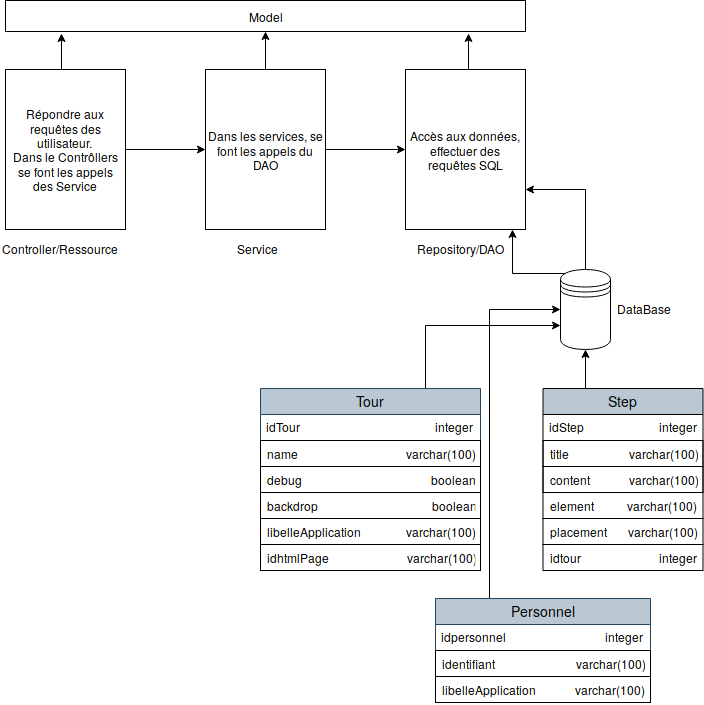
Earlier version of the draw.io export diagrammes/Architecture_Apptour.png (Mouhyi-Eddine/RapportAlternance). Source tidied: cells renumbered, new cells last; positions are measured from the earlier drawing's top-left corner, leaving out a move shared by most shapes. The source it was exported from:
```xml
<mxGraphModel>
  <root>
    <mxCell id="0" />
    <mxCell id="1" parent="0" />
    <mxCell id="2" style="edgeStyle=orthogonalEdgeStyle;rounded=0;jettySize=auto;html=1;exitX=0.15;exitY=0.05;exitDx=0;exitDy=0;exitPerimeter=0;" parent="1" edge="1" source="4" target="6">
      <mxGeometry relative="1" as="geometry">
        <Array as="points">
          <mxPoint x="512" y="273" />
        </Array>
      </mxGeometry>
    </mxCell>
    <mxCell id="3" style="edgeStyle=orthogonalEdgeStyle;rounded=0;jettySize=auto;html=1;exitX=0.5;exitY=0;exitDx=0;exitDy=0;entryX=1;entryY=0.75;entryDx=0;entryDy=0;" parent="1" edge="1" source="4" target="6">
      <mxGeometry relative="1" as="geometry" />
    </mxCell>
    <mxCell id="4" style="shape=datastore;whiteSpace=wrap;html=1;" parent="1" vertex="1">
      <mxGeometry x="560" y="269" width="50" height="80" as="geometry" />
    </mxCell>
    <mxCell id="5" style="edgeStyle=orthogonalEdgeStyle;rounded=0;jettySize=auto;html=1;exitX=0.5;exitY=0;exitDx=0;exitDy=0;entryX=0.89;entryY=1.065;entryDx=0;entryDy=0;entryPerimeter=0;" parent="1" edge="1" source="6" target="38">
      <mxGeometry relative="1" as="geometry" />
    </mxCell>
    <mxCell id="6" value="Accès aux données, effectuer des requêtes SQL" style="rounded=0;whiteSpace=wrap;html=1;" parent="1" vertex="1">
      <mxGeometry x="405" y="69" width="120" height="160" as="geometry" />
    </mxCell>
    <mxCell id="7" style="edgeStyle=orthogonalEdgeStyle;rounded=0;jettySize=auto;html=1;exitX=0.5;exitY=0;exitDx=0;exitDy=0;entryX=0.5;entryY=1;entryDx=0;entryDy=0;" parent="1" edge="1" source="8" target="38">
      <mxGeometry relative="1" as="geometry" />
    </mxCell>
    <mxCell id="8" value="Dans les services, se font les appels du DAO" style="rounded=0;whiteSpace=wrap;html=1;" parent="1" vertex="1">
      <mxGeometry x="205" y="69" width="120" height="160" as="geometry" />
    </mxCell>
    <mxCell id="9" style="edgeStyle=orthogonalEdgeStyle;rounded=0;jettySize=auto;html=1;exitX=0.5;exitY=0;exitDx=0;exitDy=0;entryX=0.108;entryY=1.065;entryDx=0;entryDy=0;entryPerimeter=0;" parent="1" edge="1" source="10" target="38">
      <mxGeometry relative="1" as="geometry" />
    </mxCell>
    <mxCell id="10" value="&lt;div&gt;Répondre aux requêtes des utilisateur. &lt;br&gt;&lt;/div&gt;&lt;div&gt;Dans le Contrôllers se font les appels des Service&lt;/div&gt;" style="rounded=0;whiteSpace=wrap;html=1;" parent="1" vertex="1">
      <mxGeometry x="5" y="69" width="120" height="160" as="geometry" />
    </mxCell>
    <mxCell id="11" style="endArrow=classic;html=1;exitX=1;exitY=0.5;exitDx=0;exitDy=0;entryX=0;entryY=0.5;entryDx=0;entryDy=0;" parent="1" edge="1" source="10" target="8">
      <mxGeometry relative="1" as="geometry" />
    </mxCell>
    <mxCell id="12" style="endArrow=classic;html=1;exitX=1;exitY=0.5;exitDx=0;exitDy=0;entryX=0;entryY=0.5;entryDx=0;entryDy=0;" parent="1" edge="1" source="8" target="6">
      <mxGeometry relative="1" as="geometry" />
    </mxCell>
    <mxCell id="13" value="Service" style="text;html=1;align=left;verticalAlign=top;spacingTop=-4;" parent="1" vertex="1">
      <mxGeometry x="235" y="239" width="60" height="20" as="geometry" />
    </mxCell>
    <mxCell id="14" value="Controller/Ressource" style="text;html=1;align=left;verticalAlign=top;spacingTop=-4;" parent="1" vertex="1">
      <mxGeometry y="239" width="130" height="20" as="geometry" />
    </mxCell>
    <mxCell id="15" value="DataBase" style="text;html=1;align=left;verticalAlign=top;spacingTop=-4;" parent="1" vertex="1">
      <mxGeometry x="615" y="299" width="70" height="20" as="geometry" />
    </mxCell>
    <mxCell id="16" style="edgeStyle=orthogonalEdgeStyle;rounded=0;jettySize=auto;html=1;exitX=0.75;exitY=0;exitDx=0;exitDy=0;entryX=0;entryY=0.7;entryDx=0;entryDy=0;" parent="1" edge="1" source="17" target="4">
      <mxGeometry relative="1" as="geometry" />
    </mxCell>
    <mxCell id="17" value="Tour" style="swimlane;fontStyle=0;horizontal=1;startSize=26;swimlaneFillColor=#ffffff;align=center;fontSize=14;fillColor=#bac8d3;strokeColor=#23445d;" parent="1" vertex="1">
      <mxGeometry x="260" y="388" width="220" height="104" as="geometry" />
    </mxCell>
    <mxCell id="18" value="idTour                                             integer" style="text;spacingLeft=4;spacingRight=4;overflow=hidden;fontSize=12;align=left;" parent="17" vertex="1">
      <mxGeometry y="26" width="220" height="26" as="geometry" />
    </mxCell>
    <mxCell id="19" value="name                                    varchar(100)" style="text;spacingLeft=4;spacingRight=4;overflow=hidden;fontSize=12;strokeColor=#000000;" parent="17" vertex="1">
      <mxGeometry y="52" width="220" height="26" as="geometry" />
    </mxCell>
    <mxCell id="20" value="debug                                           boolean" style="text;spacingLeft=4;spacingRight=4;overflow=hidden;fontSize=12;strokeColor=#000000;" parent="17" vertex="1">
      <mxGeometry y="78" width="220" height="26" as="geometry" />
    </mxCell>
    <mxCell id="21" value="backdrop                                      boolean" style="text;spacingLeft=4;spacingRight=4;overflow=hidden;fontSize=12;fillColor=none;strokeColor=#000000;" parent="1" vertex="1">
      <mxGeometry x="260" y="492" width="220" height="26" as="geometry" />
    </mxCell>
    <mxCell id="22" value="libelleApplication               varchar(100)" style="text;spacingLeft=4;spacingRight=4;overflow=hidden;fontSize=12;strokeColor=#000000;" parent="1" vertex="1">
      <mxGeometry x="260" y="518" width="220" height="26" as="geometry" />
    </mxCell>
    <mxCell id="23" value="idhtmlPage                          varchar(100)" style="text;spacingLeft=4;spacingRight=4;overflow=hidden;fontSize=12;strokeColor=#000000;" parent="1" vertex="1">
      <mxGeometry x="260" y="544" width="220" height="26" as="geometry" />
    </mxCell>
    <mxCell id="24" value="Repository/DAO" style="text;html=1;align=left;verticalAlign=top;spacingTop=-4;" parent="1" vertex="1">
      <mxGeometry x="415" y="239" width="100" height="20" as="geometry" />
    </mxCell>
    <mxCell id="25" style="edgeStyle=orthogonalEdgeStyle;rounded=0;jettySize=auto;html=1;exitX=0.25;exitY=0;exitDx=0;exitDy=0;entryX=0.5;entryY=1;entryDx=0;entryDy=0;" parent="1" edge="1" source="26" target="4">
      <mxGeometry relative="1" as="geometry" />
    </mxCell>
    <mxCell id="26" value="Step" style="swimlane;fontStyle=0;horizontal=1;startSize=26;fillColor=#bac8d3;swimlaneFillColor=#ffffff;align=center;fontSize=14;strokeColor=#000000;" parent="1" vertex="1">
      <mxGeometry x="542.5" y="388" width="160" height="104" as="geometry" />
    </mxCell>
    <mxCell id="27" value="idStep                         integer" style="text;spacingLeft=4;spacingRight=4;overflow=hidden;fontSize=12;" parent="26" vertex="1">
      <mxGeometry y="26" width="160" height="26" as="geometry" />
    </mxCell>
    <mxCell id="28" value="title                    varchar(100)" style="text;spacingLeft=4;spacingRight=4;overflow=hidden;fontSize=12;strokeColor=#000000;" parent="26" vertex="1">
      <mxGeometry y="52" width="160" height="26" as="geometry" />
    </mxCell>
    <mxCell id="29" value="content              varchar(100)" style="text;spacingLeft=4;spacingRight=4;overflow=hidden;fontSize=12;strokeColor=#000000;" parent="26" vertex="1">
      <mxGeometry y="78" width="160" height="26" as="geometry" />
    </mxCell>
    <mxCell id="30" value="element           varchar(100)" style="text;spacingLeft=4;spacingRight=4;overflow=hidden;fontSize=12;fillColor=#ffffff;strokeColor=#000000;" parent="1" vertex="1">
      <mxGeometry x="542.5" y="492" width="160" height="26" as="geometry" />
    </mxCell>
    <mxCell id="31" value="placement        varchar(100)" style="text;spacingLeft=4;spacingRight=4;overflow=hidden;fontSize=12;strokeColor=#000000;" parent="1" vertex="1">
      <mxGeometry x="542.5" y="518" width="160" height="26" as="geometry" />
    </mxCell>
    <mxCell id="32" value="idtour                          integer" style="text;spacingLeft=4;spacingRight=4;overflow=hidden;fontSize=12;strokeColor=#000000;" parent="1" vertex="1">
      <mxGeometry x="542.5" y="544" width="160" height="26" as="geometry" />
    </mxCell>
    <mxCell id="33" style="edgeStyle=orthogonalEdgeStyle;rounded=0;jettySize=auto;html=1;exitX=0.25;exitY=0;exitDx=0;exitDy=0;entryX=0;entryY=0.5;entryDx=0;entryDy=0;" parent="1" edge="1" source="34" target="4">
      <mxGeometry relative="1" as="geometry" />
    </mxCell>
    <mxCell id="34" value="Personnel" style="swimlane;fontStyle=0;horizontal=1;startSize=26;fillColor=#bac8d3;swimlaneFillColor=#ffffff;align=center;fontSize=14;strokeColor=#23445d;" parent="1" vertex="1">
      <mxGeometry x="435" y="598" width="215" height="78" as="geometry" />
    </mxCell>
    <mxCell id="35" value="idpersonnel                                 integer" style="text;spacingLeft=4;spacingRight=4;overflow=hidden;fontSize=12;" parent="34" vertex="1">
      <mxGeometry y="26" width="215" height="26" as="geometry" />
    </mxCell>
    <mxCell id="36" value="identifiant                           varchar(100)" style="text;spacingLeft=4;spacingRight=4;overflow=hidden;fontSize=12;strokeColor=#000000;" parent="34" vertex="1">
      <mxGeometry y="52" width="215" height="26" as="geometry" />
    </mxCell>
    <mxCell id="37" value="libelleApplication             varchar(100)" style="text;spacingLeft=4;spacingRight=4;overflow=hidden;fontSize=12;fillColor=#ffffff;strokeColor=#000000;" parent="1" vertex="1">
      <mxGeometry x="435" y="676" width="215" height="26" as="geometry" />
    </mxCell>
    <mxCell id="38" value="Model" style="rounded=0;whiteSpace=wrap;html=1;" parent="1" vertex="1">
      <mxGeometry x="5" width="520" height="31" as="geometry" />
    </mxCell>
  </root>
</mxGraphModel>
```
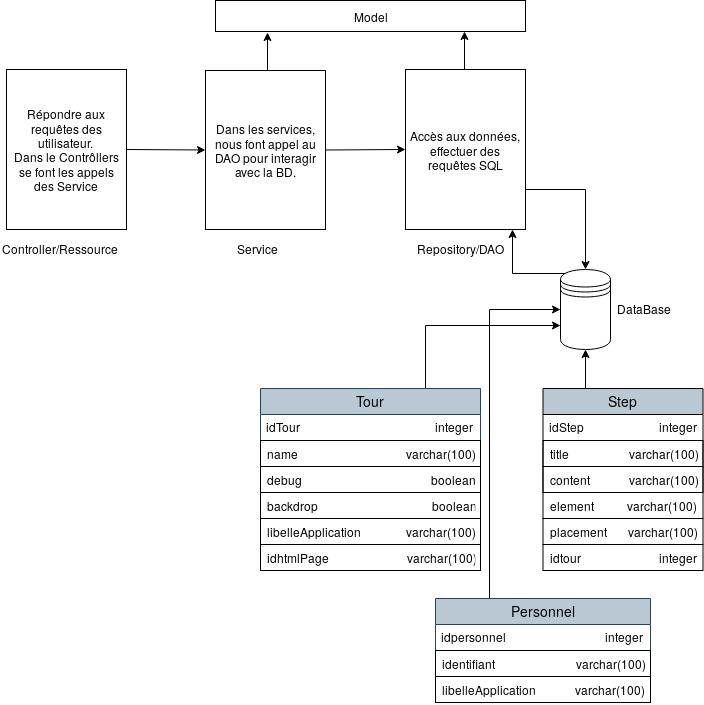
Later version of the same file.

The edit, as a diff of the source:
```diff
@@ -9,29 +9,26 @@
         </Array>
       </mxGeometry>
     </mxCell>
-    <mxCell id="3" style="edgeStyle=orthogonalEdgeStyle;rounded=0;jettySize=auto;html=1;exitX=0.5;exitY=0;exitDx=0;exitDy=0;entryX=1;entryY=0.75;entryDx=0;entryDy=0;" parent="1" edge="1" source="4" target="6">
-      <mxGeometry relative="1" as="geometry" />
-    </mxCell>
     <mxCell id="4" style="shape=datastore;whiteSpace=wrap;html=1;" parent="1" vertex="1">
       <mxGeometry x="560" y="269" width="50" height="80" as="geometry" />
     </mxCell>
-    <mxCell id="5" style="edgeStyle=orthogonalEdgeStyle;rounded=0;jettySize=auto;html=1;exitX=0.5;exitY=0;exitDx=0;exitDy=0;entryX=0.89;entryY=1.065;entryDx=0;entryDy=0;entryPerimeter=0;" parent="1" edge="1" source="6" target="38">
+    <mxCell id="5" style="edgeStyle=orthogonalEdgeStyle;rounded=0;jettySize=auto;html=1;exitX=0.5;exitY=0;exitDx=0;exitDy=0;entryX=0.803;entryY=1;entryDx=0;entryDy=0;entryPerimeter=0;" parent="1" edge="1" source="6" target="38">
       <mxGeometry relative="1" as="geometry" />
     </mxCell>
+    <mxCell id="39" style="edgeStyle=orthogonalEdgeStyle;rounded=0;jettySize=auto;html=1;exitX=1;exitY=0.75;exitDx=0;exitDy=0;entryX=0.5;entryY=0;entryDx=0;entryDy=0;" parent="1" edge="1" source="6" target="4">
+      <mxGeometry relative="1" as="geometry" />
+    </mxCell>
     <mxCell id="6" value="Accès aux données, effectuer des requêtes SQL" style="rounded=0;whiteSpace=wrap;html=1;" parent="1" vertex="1">
       <mxGeometry x="405" y="69" width="120" height="160" as="geometry" />
     </mxCell>
-    <mxCell id="7" style="edgeStyle=orthogonalEdgeStyle;rounded=0;jettySize=auto;html=1;exitX=0.5;exitY=0;exitDx=0;exitDy=0;entryX=0.5;entryY=1;entryDx=0;entryDy=0;" parent="1" edge="1" source="8" target="38">
+    <mxCell id="7" style="edgeStyle=orthogonalEdgeStyle;rounded=0;jettySize=auto;html=1;exitX=0.5;exitY=0;exitDx=0;exitDy=0;entryX=0.168;entryY=1.032;entryDx=0;entryDy=0;entryPerimeter=0;" parent="1" edge="1" source="8" target="38">
       <mxGeometry relative="1" as="geometry" />
     </mxCell>
-    <mxCell id="8" value="Dans les services, se font les appels du DAO" style="rounded=0;whiteSpace=wrap;html=1;" parent="1" vertex="1">
-      <mxGeometry x="205" y="69" width="120" height="160" as="geometry" />
+    <mxCell id="8" value="Dans les services, nous font appel au DAO pour interagir avec la BD." style="rounded=0;whiteSpace=wrap;html=1;" parent="1" vertex="1">
+      <mxGeometry x="205" y="70" width="120" height="159" as="geometry" />
     </mxCell>
-    <mxCell id="9" style="edgeStyle=orthogonalEdgeStyle;rounded=0;jettySize=auto;html=1;exitX=0.5;exitY=0;exitDx=0;exitDy=0;entryX=0.108;entryY=1.065;entryDx=0;entryDy=0;entryPerimeter=0;" parent="1" edge="1" source="10" target="38">
-      <mxGeometry relative="1" as="geometry" />
-    </mxCell>
     <mxCell id="10" value="&lt;div&gt;Répondre aux requêtes des utilisateur. &lt;br&gt;&lt;/div&gt;&lt;div&gt;Dans le Contrôllers se font les appels des Service&lt;/div&gt;" style="rounded=0;whiteSpace=wrap;html=1;" parent="1" vertex="1">
-      <mxGeometry x="5" y="69" width="120" height="160" as="geometry" />
+      <mxGeometry x="6" y="69" width="120" height="160" as="geometry" />
     </mxCell>
     <mxCell id="11" style="endArrow=classic;html=1;exitX=1;exitY=0.5;exitDx=0;exitDy=0;entryX=0;entryY=0.5;entryDx=0;entryDy=0;" parent="1" edge="1" source="10" target="8">
       <mxGeometry relative="1" as="geometry" />
@@ -115,7 +112,7 @@
       <mxGeometry x="435" y="676" width="215" height="26" as="geometry" />
     </mxCell>
     <mxCell id="38" value="Model" style="rounded=0;whiteSpace=wrap;html=1;" parent="1" vertex="1">
-      <mxGeometry x="5" width="520" height="31" as="geometry" />
+      <mxGeometry x="215" width="310" height="31" as="geometry" />
     </mxCell>
   </root>
 </mxGraphModel>
```
